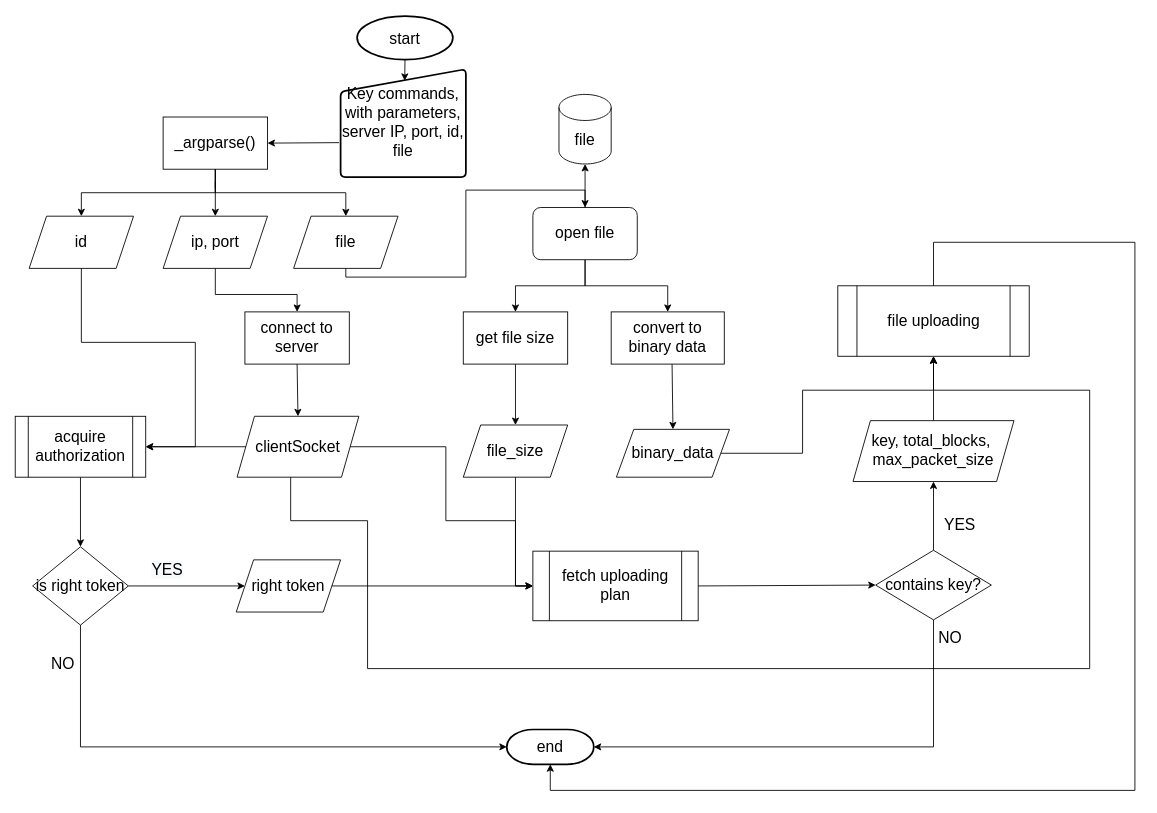
This is page "main" (2 of 5) of Untitled Diagram.drawio from 1102131860/CAN201, a draw.io file, before an edit. Source tidied: cells renumbered, new cells numbered last; positions are measured from the earlier drawing's top-left corner, leaving out a move shared by most shapes. Both pictures are drawn from the tidied source at 87%, with x=0, y=0 at pixel (15, 16).
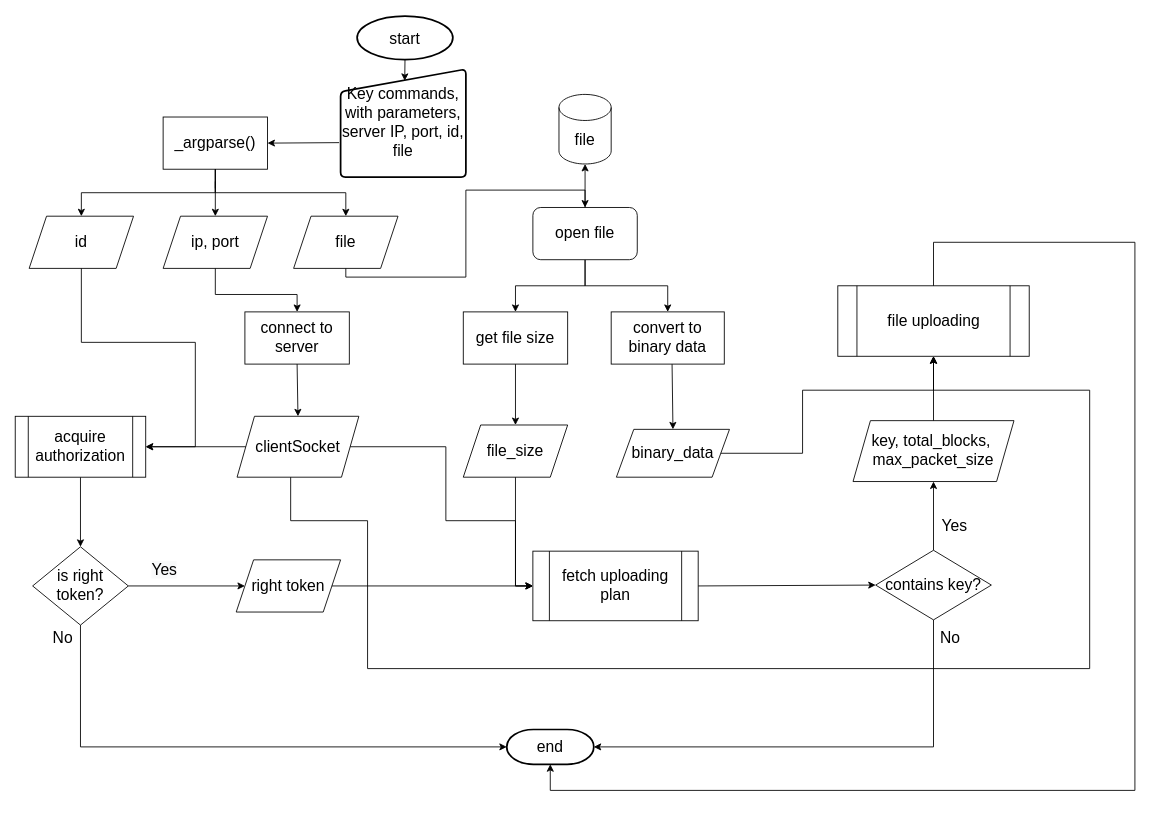
The same page after the edit.

Diff of the diagram source:
```diff
@@
-    <mxCell id="19" value="is right token" style="rhombus;whiteSpace=wrap;html=1;fontSize=18;" parent="1" vertex="1">
+    <mxCell id="19" value="is right token?" style="rhombus;whiteSpace=wrap;html=1;fontSize=18;" parent="1" vertex="1">
       <mxGeometry x="20" y="610" width="110" height="90" as="geometry" />
     </mxCell>
@@
-    <mxCell id="24" value="YES" style="text;html=1;strokeColor=none;fillColor=none;align=center;verticalAlign=middle;whiteSpace=wrap;rounded=0;fontSize=18;" parent="1" vertex="1">
-      <mxGeometry x="1055.5" y="570" width="60" height="30" as="geometry" />
+    <mxCell id="24" value="Yes" style="text;html=1;strokeColor=none;fillColor=none;align=center;verticalAlign=middle;whiteSpace=wrap;rounded=0;fontSize=18;" parent="1" vertex="1">
+      <mxGeometry x="1049.5" y="571" width="60" height="30" as="geometry" />
     </mxCell>
-    <mxCell id="25" value="NO" style="text;html=1;strokeColor=none;fillColor=none;align=center;verticalAlign=middle;whiteSpace=wrap;rounded=0;fontSize=18;" parent="1" vertex="1">
-      <mxGeometry x="25" y="730" width="60" height="30" as="geometry" />
+    <mxCell id="25" value="No" style="text;html=1;strokeColor=none;fillColor=none;align=center;verticalAlign=middle;whiteSpace=wrap;rounded=0;fontSize=18;" parent="1" vertex="1">
+      <mxGeometry x="25" y="700" width="60" height="30" as="geometry" />
     </mxCell>
-    <mxCell id="26" value="NO" style="text;html=1;strokeColor=none;fillColor=none;align=center;verticalAlign=middle;whiteSpace=wrap;rounded=0;fontSize=18;" parent="1" vertex="1">
+    <mxCell id="26" value="No" style="text;html=1;strokeColor=none;fillColor=none;align=center;verticalAlign=middle;whiteSpace=wrap;rounded=0;fontSize=18;" parent="1" vertex="1">
       <mxGeometry x="1045" y="700" width="60" height="30" as="geometry" />
     </mxCell>
-    <mxCell id="27" value="&lt;span style=&quot;color: rgb(0, 0, 0); font-family: Helvetica; font-size: 18px; font-style: normal; font-variant-ligatures: normal; font-variant-caps: normal; font-weight: 400; letter-spacing: normal; orphans: 2; text-align: center; text-indent: 0px; text-transform: none; widows: 2; word-spacing: 0px; -webkit-text-stroke-width: 0px; background-color: rgb(248, 249, 250); text-decoration-thickness: initial; text-decoration-style: initial; text-decoration-color: initial; float: none; display: inline !important;&quot;&gt;YES&lt;/span&gt;" style="text;whiteSpace=wrap;html=1;fontSize=18;" parent="1" vertex="1">
+    <mxCell id="27" value="&lt;span style=&quot;color: rgb(0, 0, 0); font-family: Helvetica; font-size: 18px; font-style: normal; font-variant-ligatures: normal; font-variant-caps: normal; font-weight: 400; letter-spacing: normal; orphans: 2; text-align: center; text-indent: 0px; text-transform: none; widows: 2; word-spacing: 0px; -webkit-text-stroke-width: 0px; background-color: rgb(248, 249, 250); text-decoration-thickness: initial; text-decoration-style: initial; text-decoration-color: initial; float: none; display: inline !important;&quot;&gt;Yes&lt;/span&gt;" style="text;whiteSpace=wrap;html=1;fontSize=18;" parent="1" vertex="1">
       <mxGeometry x="155" y="620" width="70" height="50" as="geometry" />
     </mxCell>
```
